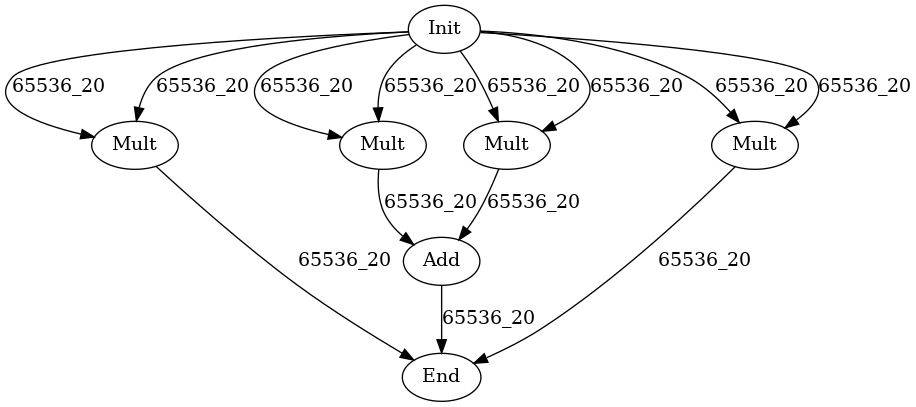
Earlier version of the Graphviz export data/graph_poly_hmult.dot.png (hal-lab-u-tokyo/PolyFHE). Its source is kept beside it as data/graph_poly_hmult.dot. Its diagram source:
```dot
digraph G {
Init[label="Init"];
Mult0[label="Mult"];
Mult1[label="Mult"];
Mult2[label="Mult"];
Mult3[label="Mult"];
Add0[label="Add"];
End[label="End"];
Init->Mult0[label="65536_20"];
Init->Mult0[label="65536_20"];
Init->Mult1[label="65536_20"];
Init->Mult1[label="65536_20"];
Init->Mult2[label="65536_20"];
Init->Mult2[label="65536_20"];
Init->Mult3[label="65536_20"];
Init->Mult3[label="65536_20"];
Mult1->Add0[label="65536_20"];
Mult2->Add0[label="65536_20"];
Mult0->End[label="65536_20"];
Add0->End[label="65536_20"];
Mult3->End[label="65536_20"];
}
```
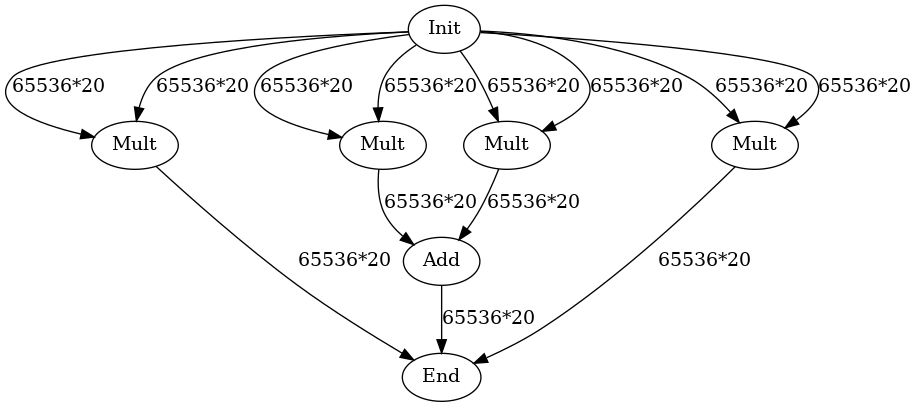
After the change.

Commit message:
update edge label _ to *

Diff of the diagram source:
```diff
@@ -6,17 +6,17 @@
 Mult3[label="Mult"];
 Add0[label="Add"];
 End[label="End"];
-Init->Mult0[label="65536_20"];
-Init->Mult0[label="65536_20"];
-Init->Mult1[label="65536_20"];
-Init->Mult1[label="65536_20"];
-Init->Mult2[label="65536_20"];
-Init->Mult2[label="65536_20"];
-Init->Mult3[label="65536_20"];
-Init->Mult3[label="65536_20"];
-Mult1->Add0[label="65536_20"];
-Mult2->Add0[label="65536_20"];
-Mult0->End[label="65536_20"];
-Add0->End[label="65536_20"];
-Mult3->End[label="65536_20"];
+Init->Mult0[label="65536*20"];
+Init->Mult0[label="65536*20"];
+Init->Mult1[label="65536*20"];
+Init->Mult1[label="65536*20"];
+Init->Mult2[label="65536*20"];
+Init->Mult2[label="65536*20"];
+Init->Mult3[label="65536*20"];
+Init->Mult3[label="65536*20"];
+Mult1->Add0[label="65536*20"];
+Mult2->Add0[label="65536*20"];
+Mult0->End[label="65536*20"];
+Add0->End[label="65536*20"];
+Mult3->End[label="65536*20"];
 }
```
